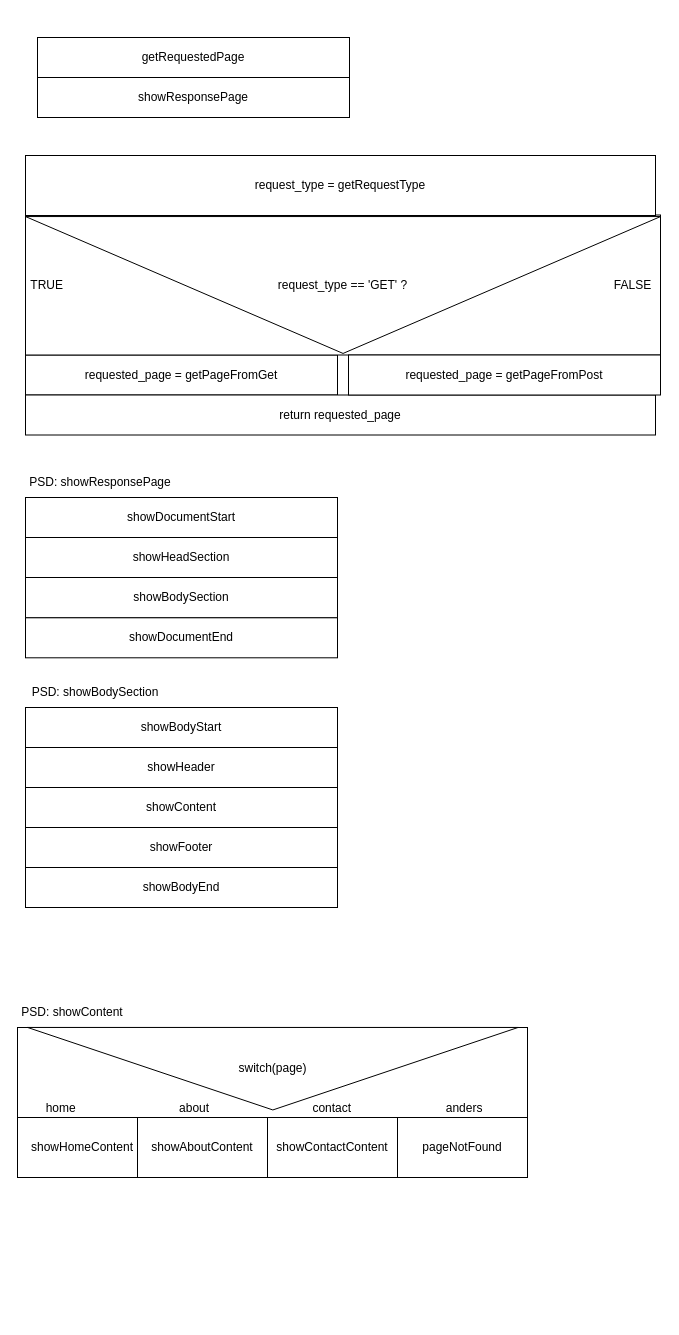
This is Diagrams/routingPSD.drawio from Dabra720/educom-webshop-basis, a draw.io file, before an edit. Source tidied: cells renumbered, new cells numbered last; positions are measured from the earlier drawing's top-left corner, leaving out a move shared by most shapes. Both pictures are drawn from the tidied source at 100%, with x=0, y=0 at pixel (17, -33).
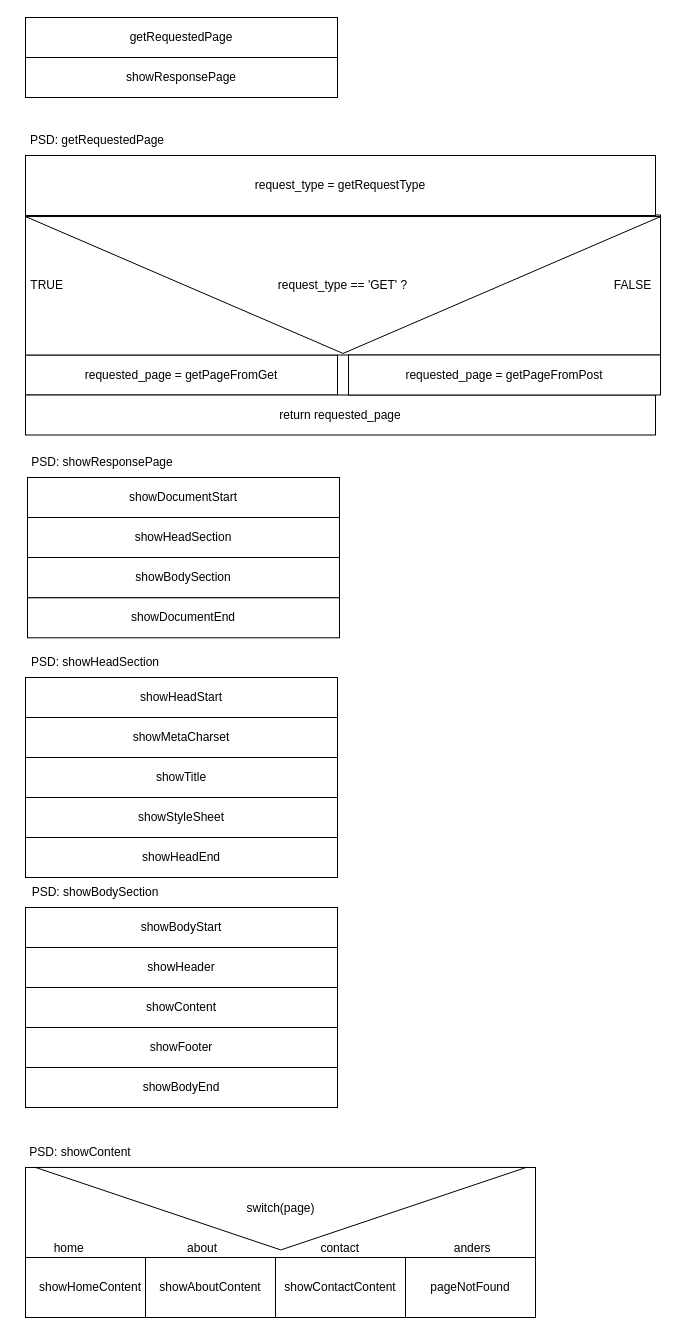
The same page after the edit.

Diff of the diagram source:
```diff
@@
     <mxCell id="4" value="showDocumentStart" style="rounded=0;whiteSpace=wrap;html=1;" parent="1" vertex="1">
-      <mxGeometry x="8" y="530" width="312" height="40" as="geometry" />
+      <mxGeometry x="10" y="510" width="312" height="40" as="geometry" />
     </mxCell>
     <mxCell id="5" value="showHeadSection" style="rounded=0;whiteSpace=wrap;html=1;" parent="1" vertex="1">
-      <mxGeometry x="8" y="570" width="312" height="40" as="geometry" />
+      <mxGeometry x="10" y="550" width="312" height="40" as="geometry" />
     </mxCell>
     <mxCell id="6" value="showBodySection" style="rounded=0;whiteSpace=wrap;html=1;" parent="1" vertex="1">
-      <mxGeometry x="8" y="610" width="312" height="40.3" as="geometry" />
+      <mxGeometry x="10" y="590" width="312" height="40.3" as="geometry" />
     </mxCell>
     <mxCell id="7" value="showDocumentEnd" style="rounded=0;whiteSpace=wrap;html=1;" parent="1" vertex="1">
-      <mxGeometry x="8" y="650.3" width="312" height="40" as="geometry" />
+      <mxGeometry x="10" y="630.3" width="312" height="40" as="geometry" />
     </mxCell>
     <mxCell id="8" value="showBodyStart" style="rounded=0;whiteSpace=wrap;html=1;" parent="1" vertex="1">
-      <mxGeometry x="8" y="740" width="312" height="40" as="geometry" />
+      <mxGeometry x="8" y="940" width="312" height="40" as="geometry" />
     </mxCell>
     <mxCell id="9" value="showHeader" style="rounded=0;whiteSpace=wrap;html=1;" parent="1" vertex="1">
-      <mxGeometry x="8" y="780" width="312" height="40" as="geometry" />
+      <mxGeometry x="8" y="980" width="312" height="40" as="geometry" />
     </mxCell>
     <mxCell id="10" value="showContent" style="rounded=0;whiteSpace=wrap;html=1;" parent="1" vertex="1">
-      <mxGeometry x="8" y="820" width="312" height="40" as="geometry" />
+      <mxGeometry x="8" y="1020" width="312" height="40" as="geometry" />
     </mxCell>
     <mxCell id="11" value="PSD: showResponsePage" style="text;html=1;strokeColor=none;fillColor=none;align=center;verticalAlign=middle;whiteSpace=wrap;rounded=0;" parent="1" vertex="1">
-      <mxGeometry x="8" y="500" width="150" height="30" as="geometry" />
+      <mxGeometry x="10" y="480" width="150" height="30" as="geometry" />
     </mxCell>
     <mxCell id="12" value="PSD: showBodySection" style="text;html=1;strokeColor=none;fillColor=none;align=center;verticalAlign=middle;whiteSpace=wrap;rounded=0;" parent="1" vertex="1">
-      <mxGeometry x="8" y="710" width="140" height="30" as="geometry" />
+      <mxGeometry x="8" y="910" width="140" height="30" as="geometry" />
     </mxCell>
@@
     <mxCell id="15" value="getRequestedPage" style="rounded=0;whiteSpace=wrap;html=1;" parent="1" vertex="1">
-      <mxGeometry x="20" y="70" width="312" height="40" as="geometry" />
+      <mxGeometry x="8" y="50" width="312" height="40" as="geometry" />
     </mxCell>
     <mxCell id="16" value="showResponsePage" style="rounded=0;whiteSpace=wrap;html=1;" parent="1" vertex="1">
-      <mxGeometry x="20" y="110" width="312" height="40" as="geometry" />
+      <mxGeometry x="8" y="90" width="312" height="40" as="geometry" />
     </mxCell>
     <mxCell id="17" value="PSD: showContent" style="text;html=1;strokeColor=none;fillColor=none;align=center;verticalAlign=middle;whiteSpace=wrap;rounded=0;" parent="1" vertex="1">
-      <mxGeometry y="1030" width="110" height="30" as="geometry" />
+      <mxGeometry x="8" y="1170" width="110" height="30" as="geometry" />
     </mxCell>
     <mxCell id="18" value="&lt;span style=&quot;white-space: pre;&quot;&gt;&#9;&lt;/span&gt;home&lt;span style=&quot;white-space: pre;&quot;&gt;&#9;&lt;/span&gt;&lt;span style=&quot;white-space: pre;&quot;&gt;&#9;&lt;span style=&quot;white-space: pre;&quot;&gt;&#9;&lt;span style=&quot;white-space: pre;&quot;&gt;&#9;&lt;/span&gt;&lt;/span&gt;&lt;/span&gt;about&lt;span style=&quot;white-space: pre;&quot;&gt;&#9;&lt;/span&gt;&lt;span style=&quot;white-space: pre;&quot;&gt;&#9;&lt;/span&gt;&lt;span style=&quot;white-space: pre;&quot;&gt;&#9;&lt;/span&gt;&amp;nbsp; &amp;nbsp; &amp;nbsp;&lt;span style=&quot;white-space: pre;&quot;&gt;&#9;&lt;/span&gt;contact&amp;nbsp; &amp;nbsp; &amp;nbsp; &amp;nbsp;&lt;span style=&quot;white-space: pre;&quot;&gt;&#9;&lt;span style=&quot;white-space: pre;&quot;&gt;&#9;&lt;/span&gt;&lt;span style=&quot;white-space: pre;&quot;&gt;&#9;&lt;/span&gt;&lt;/span&gt;anders" style="rounded=0;whiteSpace=wrap;html=1;verticalAlign=bottom;align=left;" parent="1" vertex="1">
-      <mxGeometry y="1060" width="510" height="90" as="geometry" />
+      <mxGeometry x="8" y="1200" width="510" height="90" as="geometry" />
     </mxCell>
     <mxCell id="19" value="showHomeContent" style="rounded=0;whiteSpace=wrap;html=1;" parent="1" vertex="1">
-      <mxGeometry y="1150" width="130" height="60" as="geometry" />
+      <mxGeometry x="8" y="1290" width="130" height="60" as="geometry" />
     </mxCell>
     <mxCell id="20" value="showAboutContent" style="rounded=0;whiteSpace=wrap;html=1;" parent="1" vertex="1">
-      <mxGeometry x="120" y="1150" width="130" height="60" as="geometry" />
+      <mxGeometry x="128" y="1290" width="130" height="60" as="geometry" />
     </mxCell>
     <mxCell id="21" value="showContactContent" style="rounded=0;whiteSpace=wrap;html=1;" parent="1" vertex="1">
-      <mxGeometry x="250" y="1150" width="130" height="60" as="geometry" />
+      <mxGeometry x="258" y="1290" width="130" height="60" as="geometry" />
     </mxCell>
     <mxCell id="22" value="switch(page)" style="triangle;whiteSpace=wrap;html=1;rotation=90;horizontal=0;" parent="1" vertex="1">
-      <mxGeometry x="214.1" y="855.9" width="82.5" height="490.6" as="geometry" />
+      <mxGeometry x="222.1" y="995.9" width="82.5" height="490.6" as="geometry" />
     </mxCell>
     <mxCell id="23" value="pageNotFound" style="rounded=0;whiteSpace=wrap;html=1;" parent="1" vertex="1">
-      <mxGeometry x="380" y="1150" width="130" height="60" as="geometry" />
+      <mxGeometry x="388" y="1290" width="130" height="60" as="geometry" />
     </mxCell>
@@
     <mxCell id="26" value="showFooter" style="rounded=0;whiteSpace=wrap;html=1;" parent="1" vertex="1">
-      <mxGeometry x="8" y="860" width="312" height="40" as="geometry" />
+      <mxGeometry x="8" y="1060" width="312" height="40" as="geometry" />
     </mxCell>
     <mxCell id="27" value="showBodyEnd" style="rounded=0;whiteSpace=wrap;html=1;" parent="1" vertex="1">
-      <mxGeometry x="8" y="900" width="312" height="40" as="geometry" />
+      <mxGeometry x="8" y="1100" width="312" height="40" as="geometry" />
     </mxCell>
+    <mxCell id="28" value="PSD: getRequestedPage" style="text;html=1;strokeColor=none;fillColor=none;align=center;verticalAlign=middle;whiteSpace=wrap;rounded=0;" parent="1" vertex="1">
+      <mxGeometry x="10" y="158" width="140" height="30" as="geometry" />
+    </mxCell>
+    <mxCell id="29" value="showHeadStart" style="rounded=0;whiteSpace=wrap;html=1;" parent="1" vertex="1">
+      <mxGeometry x="8" y="710" width="312" height="40" as="geometry" />
+    </mxCell>
+    <mxCell id="30" value="showMetaCharset" style="rounded=0;whiteSpace=wrap;html=1;" parent="1" vertex="1">
+      <mxGeometry x="8" y="750" width="312" height="40" as="geometry" />
+    </mxCell>
+    <mxCell id="31" value="showTitle" style="rounded=0;whiteSpace=wrap;html=1;" parent="1" vertex="1">
+      <mxGeometry x="8" y="790" width="312" height="40" as="geometry" />
+    </mxCell>
+    <mxCell id="32" value="PSD: showHeadSection" style="text;html=1;strokeColor=none;fillColor=none;align=center;verticalAlign=middle;whiteSpace=wrap;rounded=0;" parent="1" vertex="1">
+      <mxGeometry x="8" y="680" width="140" height="30" as="geometry" />
+    </mxCell>
+    <mxCell id="33" value="showStyleSheet" style="rounded=0;whiteSpace=wrap;html=1;" parent="1" vertex="1">
+      <mxGeometry x="8" y="830" width="312" height="40" as="geometry" />
+    </mxCell>
+    <mxCell id="34" value="showHeadEnd" style="rounded=0;whiteSpace=wrap;html=1;" parent="1" vertex="1">
+      <mxGeometry x="8" y="870" width="312" height="40" as="geometry" />
+    </mxCell>
```
